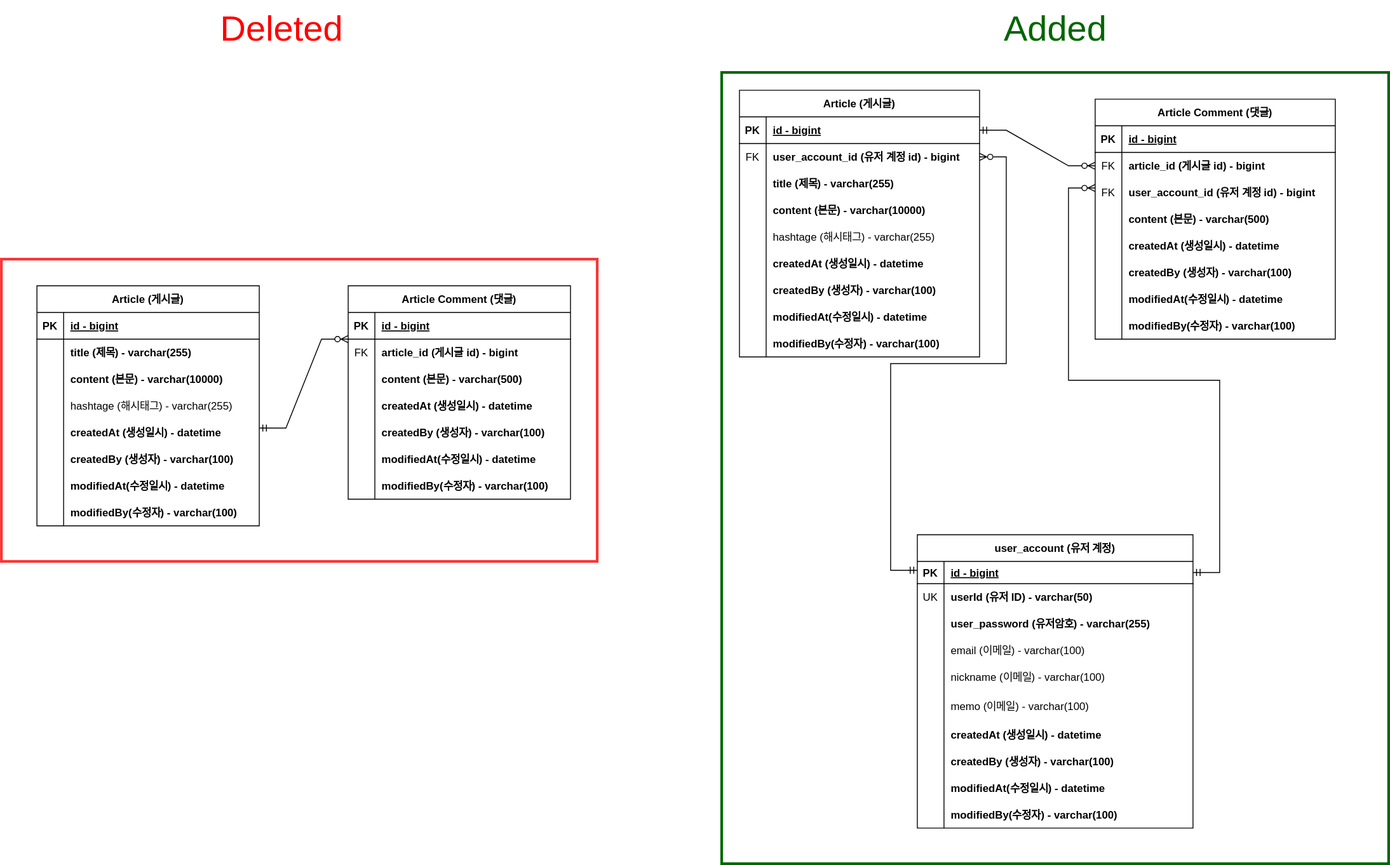
Before: document/project-board-erd.svg, a diagram exported from draw.io (wonyj0228/fc-board-project). Source tidied: cells renumbered, new cells last; positions are measured from the earlier drawing's top-left corner, leaving out a move shared by most shapes.
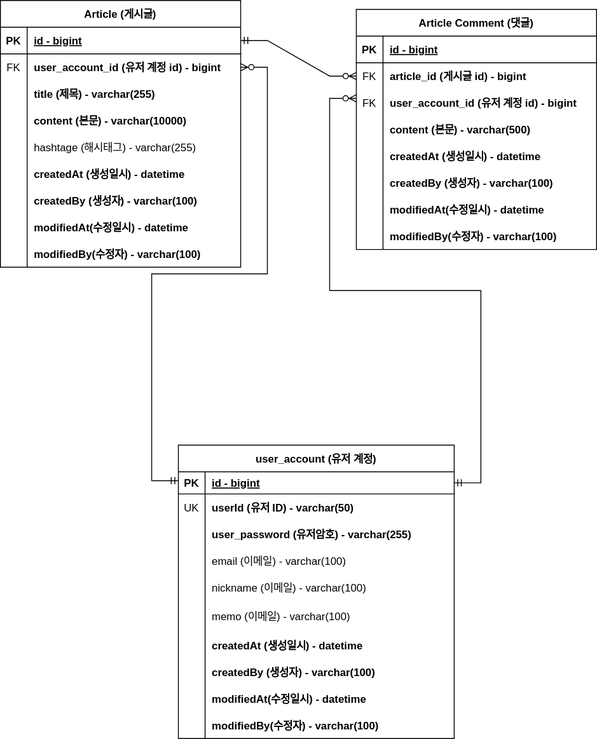
Above is the later version.

Commit message:
#16 - 회원계정 도메인 ERD 반영

What changed in the source:
```diff
@@ -2,156 +2,6 @@
   <root>
     <mxCell id="0" />
     <mxCell id="1" parent="0" />
-    <mxCell id="2" style="rounded=0;whiteSpace=wrap;html=1;fillColor=none;strokeColor=#FF3333;strokeWidth=3;" parent="1" vertex="1">
-      <mxGeometry y="290" width="670" height="340" as="geometry" />
-    </mxCell>
-    <mxCell id="3" value="Article (게시글)" style="shape=table;startSize=30;rowLines=0;fontStyle=1;align=center;" parent="1" vertex="1">
-      <mxGeometry x="40" y="320" width="250" height="270" as="geometry" />
-    </mxCell>
-    <mxCell id="4" style="shape=partialRectangle;fillColor=none;top=0;left=0;right=0;bottom=1;" parent="3" vertex="1">
-      <mxGeometry y="30" width="250" height="30" as="geometry" />
-    </mxCell>
-    <mxCell id="5" value="PK" style="shape=partialRectangle;overflow=hidden;fillColor=none;top=0;left=0;bottom=0;right=0;fontStyle=1;" parent="4" vertex="1">
-      <mxGeometry width="30" height="30" as="geometry" />
-    </mxCell>
-    <mxCell id="6" value="id - bigint" style="shape=partialRectangle;overflow=hidden;fillColor=none;top=0;left=0;bottom=0;right=0;align=left;spacingLeft=6;fontStyle=5;" parent="4" vertex="1">
-      <mxGeometry x="30" width="220" height="30" as="geometry" />
-    </mxCell>
-    <mxCell id="7" style="shape=partialRectangle;fillColor=none;top=0;left=0;right=0;bottom=0;" parent="3" vertex="1">
-      <mxGeometry y="60" width="250" height="30" as="geometry" />
-    </mxCell>
-    <mxCell id="8" style="shape=partialRectangle;overflow=hidden;fillColor=none;top=0;left=0;bottom=0;right=0;" parent="7" vertex="1">
-      <mxGeometry width="30" height="30" as="geometry" />
-    </mxCell>
-    <mxCell id="9" value="title (제목) - varchar(255)" style="shape=partialRectangle;overflow=hidden;fillColor=none;top=0;left=0;bottom=0;right=0;align=left;spacingLeft=6;fontStyle=1;" parent="7" vertex="1">
-      <mxGeometry x="30" width="220" height="30" as="geometry" />
-    </mxCell>
-    <mxCell id="10" style="shape=partialRectangle;fillColor=none;top=0;left=0;right=0;bottom=0;" parent="3" vertex="1">
-      <mxGeometry y="90" width="250" height="30" as="geometry" />
-    </mxCell>
-    <mxCell id="11" style="shape=partialRectangle;overflow=hidden;fillColor=none;top=0;left=0;bottom=0;right=0;" parent="10" vertex="1">
-      <mxGeometry width="30" height="30" as="geometry" />
-    </mxCell>
-    <mxCell id="12" value="content (본문) - varchar(10000)" style="shape=partialRectangle;overflow=hidden;fillColor=none;top=0;left=0;bottom=0;right=0;align=left;spacingLeft=6;fontStyle=1;" parent="10" vertex="1">
-      <mxGeometry x="30" width="220" height="30" as="geometry" />
-    </mxCell>
-    <mxCell id="13" style="shape=partialRectangle;fillColor=none;top=0;left=0;right=0;bottom=0;" parent="3" vertex="1">
-      <mxGeometry y="120" width="250" height="30" as="geometry" />
-    </mxCell>
-    <mxCell id="14" style="shape=partialRectangle;overflow=hidden;fillColor=none;top=0;left=0;bottom=0;right=0;" parent="13" vertex="1">
-      <mxGeometry width="30" height="30" as="geometry" />
-    </mxCell>
-    <mxCell id="15" value="hashtage (해시태그) - varchar(255)" style="shape=partialRectangle;overflow=hidden;fillColor=none;top=0;left=0;bottom=0;right=0;align=left;spacingLeft=6;" parent="13" vertex="1">
-      <mxGeometry x="30" width="220" height="30" as="geometry" />
-    </mxCell>
-    <mxCell id="16" style="shape=partialRectangle;fillColor=none;top=0;left=0;right=0;bottom=0;" parent="3" vertex="1">
-      <mxGeometry y="150" width="250" height="30" as="geometry" />
-    </mxCell>
-    <mxCell id="17" style="shape=partialRectangle;overflow=hidden;fillColor=none;top=0;left=0;bottom=0;right=0;" parent="16" vertex="1">
-      <mxGeometry width="30" height="30" as="geometry" />
-    </mxCell>
-    <mxCell id="18" value="createdAt (생성일시) - datetime" style="shape=partialRectangle;overflow=hidden;fillColor=none;top=0;left=0;bottom=0;right=0;align=left;spacingLeft=6;fontStyle=1;" parent="16" vertex="1">
-      <mxGeometry x="30" width="220" height="30" as="geometry" />
-    </mxCell>
-    <mxCell id="19" style="shape=partialRectangle;fillColor=none;top=0;left=0;right=0;bottom=0;" parent="3" vertex="1">
-      <mxGeometry y="180" width="250" height="30" as="geometry" />
-    </mxCell>
-    <mxCell id="20" style="shape=partialRectangle;overflow=hidden;fillColor=none;top=0;left=0;bottom=0;right=0;" parent="19" vertex="1">
-      <mxGeometry width="30" height="30" as="geometry" />
-    </mxCell>
-    <mxCell id="21" value="createdBy (생성자) - varchar(100)" style="shape=partialRectangle;overflow=hidden;fillColor=none;top=0;left=0;bottom=0;right=0;align=left;spacingLeft=6;fontStyle=1;" parent="19" vertex="1">
-      <mxGeometry x="30" width="220" height="30" as="geometry" />
-    </mxCell>
-    <mxCell id="22" style="shape=partialRectangle;fillColor=none;top=0;left=0;right=0;bottom=0;" parent="3" vertex="1">
-      <mxGeometry y="210" width="250" height="30" as="geometry" />
-    </mxCell>
-    <mxCell id="23" style="shape=partialRectangle;overflow=hidden;fillColor=none;top=0;left=0;bottom=0;right=0;" parent="22" vertex="1">
-      <mxGeometry width="30" height="30" as="geometry" />
-    </mxCell>
-    <mxCell id="24" value="modifiedAt(수정일시) - datetime" style="shape=partialRectangle;overflow=hidden;fillColor=none;top=0;left=0;bottom=0;right=0;align=left;spacingLeft=6;fontStyle=1;" parent="22" vertex="1">
-      <mxGeometry x="30" width="220" height="30" as="geometry" />
-    </mxCell>
-    <mxCell id="25" style="shape=partialRectangle;fillColor=none;top=0;left=0;right=0;bottom=0;" parent="3" vertex="1">
-      <mxGeometry y="240" width="250" height="30" as="geometry" />
-    </mxCell>
-    <mxCell id="26" style="shape=partialRectangle;overflow=hidden;fillColor=none;top=0;left=0;bottom=0;right=0;" parent="25" vertex="1">
-      <mxGeometry width="30" height="30" as="geometry" />
-    </mxCell>
-    <mxCell id="27" value="modifiedBy(수정자) - varchar(100)" style="shape=partialRectangle;overflow=hidden;fillColor=none;top=0;left=0;bottom=0;right=0;align=left;spacingLeft=6;fontStyle=1;" parent="25" vertex="1">
-      <mxGeometry x="30" width="220" height="30" as="geometry" />
-    </mxCell>
-    <mxCell id="28" value="Article Comment (댓글)" style="shape=table;startSize=30;rowLines=0;fontStyle=1;align=center;" parent="1" vertex="1">
-      <mxGeometry x="390" y="320" width="250" height="240" as="geometry" />
-    </mxCell>
-    <mxCell id="29" style="shape=partialRectangle;fillColor=none;top=0;left=0;right=0;bottom=1;" parent="28" vertex="1">
-      <mxGeometry y="30" width="250" height="30" as="geometry" />
-    </mxCell>
-    <mxCell id="30" value="PK" style="shape=partialRectangle;overflow=hidden;fillColor=none;top=0;left=0;bottom=0;right=0;fontStyle=1;" parent="29" vertex="1">
-      <mxGeometry width="30" height="30" as="geometry" />
-    </mxCell>
-    <mxCell id="31" value="id - bigint" style="shape=partialRectangle;overflow=hidden;fillColor=none;top=0;left=0;bottom=0;right=0;align=left;spacingLeft=6;fontStyle=5;" parent="29" vertex="1">
-      <mxGeometry x="30" width="220" height="30" as="geometry" />
-    </mxCell>
-    <mxCell id="32" style="shape=partialRectangle;fillColor=none;top=0;left=0;right=0;bottom=0;" parent="28" vertex="1">
-      <mxGeometry y="60" width="250" height="30" as="geometry" />
-    </mxCell>
-    <mxCell id="33" value="FK" style="shape=partialRectangle;overflow=hidden;fillColor=none;top=0;left=0;bottom=0;right=0;" parent="32" vertex="1">
-      <mxGeometry width="30" height="30" as="geometry" />
-    </mxCell>
-    <mxCell id="34" value="article_id (게시글 id) - bigint" style="shape=partialRectangle;overflow=hidden;fillColor=none;top=0;left=0;bottom=0;right=0;align=left;spacingLeft=6;fontStyle=1;" parent="32" vertex="1">
-      <mxGeometry x="30" width="220" height="30" as="geometry" />
-    </mxCell>
-    <mxCell id="35" style="shape=partialRectangle;fillColor=none;top=0;left=0;right=0;bottom=0;" parent="28" vertex="1">
-      <mxGeometry y="90" width="250" height="30" as="geometry" />
-    </mxCell>
-    <mxCell id="36" style="shape=partialRectangle;overflow=hidden;fillColor=none;top=0;left=0;bottom=0;right=0;" parent="35" vertex="1">
-      <mxGeometry width="30" height="30" as="geometry" />
-    </mxCell>
-    <mxCell id="37" value="content (본문) - varchar(500)" style="shape=partialRectangle;overflow=hidden;fillColor=none;top=0;left=0;bottom=0;right=0;align=left;spacingLeft=6;fontStyle=1;" parent="35" vertex="1">
-      <mxGeometry x="30" width="220" height="30" as="geometry" />
-    </mxCell>
-    <mxCell id="38" style="shape=partialRectangle;fillColor=none;top=0;left=0;right=0;bottom=0;" parent="28" vertex="1">
-      <mxGeometry y="120" width="250" height="30" as="geometry" />
-    </mxCell>
-    <mxCell id="39" style="shape=partialRectangle;overflow=hidden;fillColor=none;top=0;left=0;bottom=0;right=0;" parent="38" vertex="1">
-      <mxGeometry width="30" height="30" as="geometry" />
-    </mxCell>
-    <mxCell id="40" value="createdAt (생성일시) - datetime" style="shape=partialRectangle;overflow=hidden;fillColor=none;top=0;left=0;bottom=0;right=0;align=left;spacingLeft=6;fontStyle=1;" parent="38" vertex="1">
-      <mxGeometry x="30" width="220" height="30" as="geometry" />
-    </mxCell>
-    <mxCell id="41" style="shape=partialRectangle;fillColor=none;top=0;left=0;right=0;bottom=0;" parent="28" vertex="1">
-      <mxGeometry y="150" width="250" height="30" as="geometry" />
-    </mxCell>
-    <mxCell id="42" style="shape=partialRectangle;overflow=hidden;fillColor=none;top=0;left=0;bottom=0;right=0;" parent="41" vertex="1">
-      <mxGeometry width="30" height="30" as="geometry" />
-    </mxCell>
-    <mxCell id="43" value="createdBy (생성자) - varchar(100)" style="shape=partialRectangle;overflow=hidden;fillColor=none;top=0;left=0;bottom=0;right=0;align=left;spacingLeft=6;fontStyle=1;" parent="41" vertex="1">
-      <mxGeometry x="30" width="220" height="30" as="geometry" />
-    </mxCell>
-    <mxCell id="44" style="shape=partialRectangle;fillColor=none;top=0;left=0;right=0;bottom=0;" parent="28" vertex="1">
-      <mxGeometry y="180" width="250" height="30" as="geometry" />
-    </mxCell>
-    <mxCell id="45" style="shape=partialRectangle;overflow=hidden;fillColor=none;top=0;left=0;bottom=0;right=0;" parent="44" vertex="1">
-      <mxGeometry width="30" height="30" as="geometry" />
-    </mxCell>
-    <mxCell id="46" value="modifiedAt(수정일시) - datetime" style="shape=partialRectangle;overflow=hidden;fillColor=none;top=0;left=0;bottom=0;right=0;align=left;spacingLeft=6;fontStyle=1;" parent="44" vertex="1">
-      <mxGeometry x="30" width="220" height="30" as="geometry" />
-    </mxCell>
-    <mxCell id="47" style="shape=partialRectangle;fillColor=none;top=0;left=0;right=0;bottom=0;" parent="28" vertex="1">
-      <mxGeometry y="210" width="250" height="30" as="geometry" />
-    </mxCell>
-    <mxCell id="48" style="shape=partialRectangle;overflow=hidden;fillColor=none;top=0;left=0;bottom=0;right=0;" parent="47" vertex="1">
-      <mxGeometry width="30" height="30" as="geometry" />
-    </mxCell>
-    <mxCell id="49" value="modifiedBy(수정자) - varchar(100)" style="shape=partialRectangle;overflow=hidden;fillColor=none;top=0;left=0;bottom=0;right=0;align=left;spacingLeft=6;fontStyle=1;" parent="47" vertex="1">
-      <mxGeometry x="30" width="220" height="30" as="geometry" />
-    </mxCell>
-    <mxCell id="50" style="edgeStyle=entityRelationEdgeStyle;fontSize=12;html=1;endArrow=ERzeroToMany;startArrow=ERmandOne;rounded=0;" parent="1" edge="1">
-      <mxGeometry relative="1" as="geometry">
-        <mxPoint x="290" y="480" as="sourcePoint" />
-        <mxPoint x="390" y="380" as="targetPoint" />
-      </mxGeometry>
-    </mxCell>
     <mxCell id="51" value="Article (게시글)" style="shape=table;startSize=30;rowLines=0;fontStyle=1;align=center;" parent="1" vertex="1">
       <mxGeometry x="830" y="100" width="270" height="300" as="geometry" />
     </mxCell>
@@ -417,14 +267,5 @@
     <mxCell id="137" style="edgeStyle=entityRelationEdgeStyle;fontSize=12;html=1;endArrow=ERzeroToMany;startArrow=ERmandOne;rounded=0;labelBackgroundColor=default;strokeColor=default;fontFamily=Helvetica;fontColor=default;shape=connector;exitX=1;exitY=0.5;exitDx=0;exitDy=0;entryX=0;entryY=0.5;entryDx=0;entryDy=0;" parent="1" edge="1" source="52" target="83">
       <mxGeometry relative="1" as="geometry" />
     </mxCell>
-    <mxCell id="138" style="rounded=0;whiteSpace=wrap;html=1;strokeColor=#006600;fontFamily=Helvetica;fontSize=12;fontColor=default;fillColor=none;strokeWidth=3;" parent="1" vertex="1">
-      <mxGeometry x="810" y="80" width="750" height="890" as="geometry" />
-    </mxCell>
-    <mxCell id="139" value="Deleted" style="text;html=1;align=center;verticalAlign=middle;strokeColor=none;fillColor=none;fontSize=40;fontFamily=Helvetica;fontColor=#FF0000;strokeWidth=3;" parent="1" vertex="1">
-      <mxGeometry x="235" width="160" height="60" as="geometry" />
-    </mxCell>
-    <mxCell id="140" value="Added" style="text;html=1;align=center;verticalAlign=middle;strokeColor=none;fillColor=none;fontSize=40;fontFamily=Helvetica;fontColor=#006600;strokeWidth=3;" parent="1" vertex="1">
-      <mxGeometry x="1115" width="140" height="60" as="geometry" />
-    </mxCell>
   </root>
 </mxGraphModel>
```
